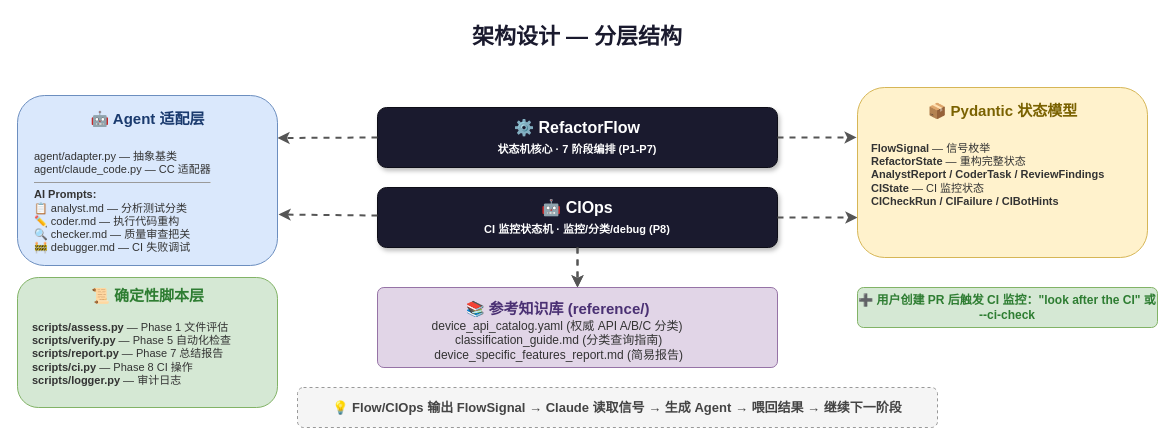
Above: pytorch-test-refactoring/.assets/diagrams/architecture.drawio in KarhouTam/agent-skills (draw.io), before the change. Source tidied: cells renumbered, new cells numbered last; positions are measured from the earlier drawing's top-left corner, leaving out a move shared by most shapes. Both pictures are drawn from the tidied source at 100%, with x=0, y=0 at pixel (17, 17).
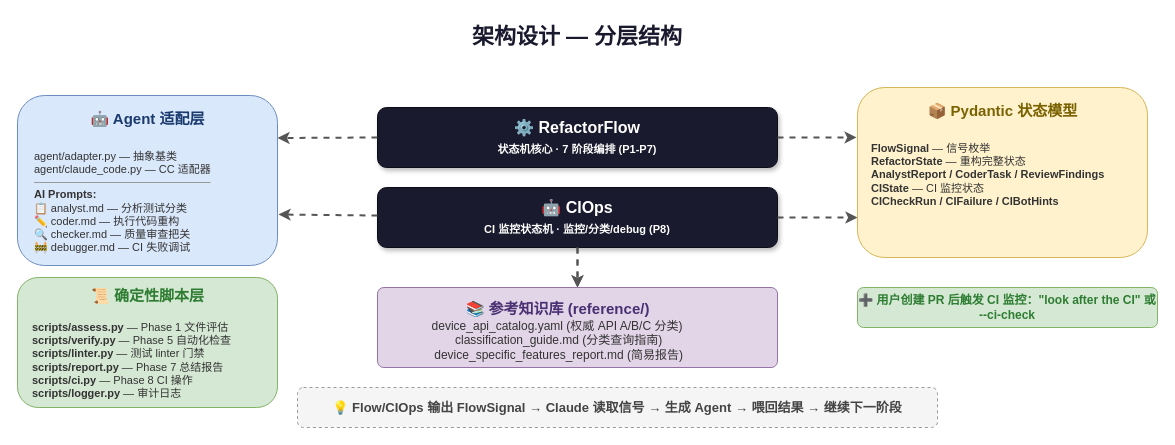
Above is the later version.

Unchanged cells that the change refers to:
```xml
<mxCell id="26" style="group;" parent="1" vertex="1">
  <mxGeometry y="260" width="260" height="130" as="geometry" />
</mxCell>
```

Diff of the diagram source:
```diff
@@
-    <mxCell id="29" value="&lt;b&gt;scripts/assess.py&lt;/b&gt; — Phase 1 文件评估&lt;br&gt;&lt;b&gt;scripts/verify.py&lt;/b&gt; — Phase 5 自动化检查&lt;br&gt;&lt;b&gt;scripts/report.py&lt;/b&gt; — Phase 7 总结报告&lt;br&gt;&lt;b&gt;scripts/ci.py&lt;/b&gt; — Phase 8 CI 操作&lt;br&gt;&lt;b&gt;scripts/logger.py&lt;/b&gt; — 审计日志" style="text;html=1;strokeColor=none;fillColor=none;align=left;verticalAlign=top;whiteSpace=wrap;fontSize=11;fontColor=#333;" parent="26" vertex="1">
+    <mxCell id="29" value="&lt;b&gt;scripts/assess.py&lt;/b&gt; — Phase 1 文件评估&lt;br&gt;&lt;b&gt;scripts/verify.py&lt;/b&gt; — Phase 5 自动化检查&lt;br&gt;&lt;b&gt;scripts/linter.py&lt;/b&gt; — 测试 linter 门禁&lt;br&gt;&lt;b&gt;scripts/report.py&lt;/b&gt; — Phase 7 总结报告&lt;br&gt;&lt;b&gt;scripts/ci.py&lt;/b&gt; — Phase 8 CI 操作&lt;br&gt;&lt;b&gt;scripts/logger.py&lt;/b&gt; — 审计日志" style="text;html=1;strokeColor=none;fillColor=none;align=left;verticalAlign=top;whiteSpace=wrap;fontSize=11;fontColor=#333;" parent="26" vertex="1">
       <mxGeometry x="12.6" y="36.7" width="239" height="87.9" as="geometry" />
     </mxCell>
```
